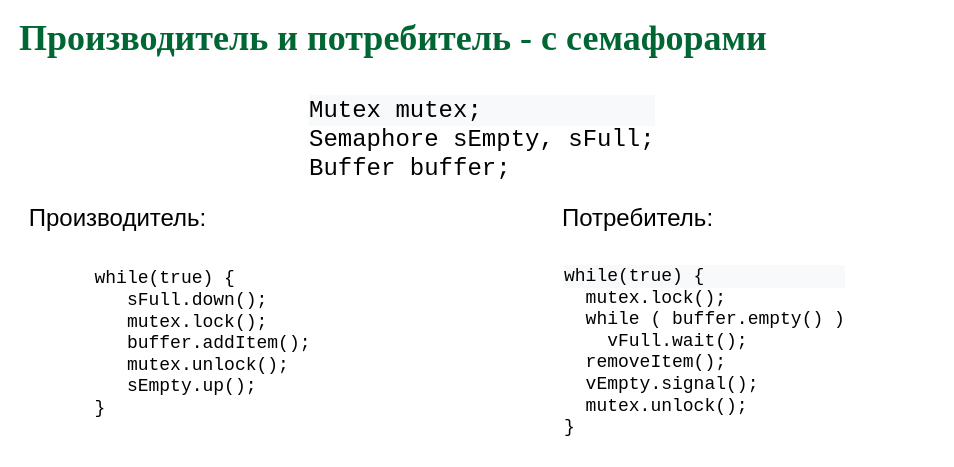
77maxikov/os_course keeps this draw.io diagram as page "Sema - use" (13 of 13) of slides/sync.drawio. Above is the earlier version. Source tidied: cells renumbered, new cells numbered last; positions are measured from the earlier drawing's top-left corner, leaving out a move shared by most shapes. Both pictures are drawn from the tidied source at 100%, with x=0, y=0 at pixel (17, 28).
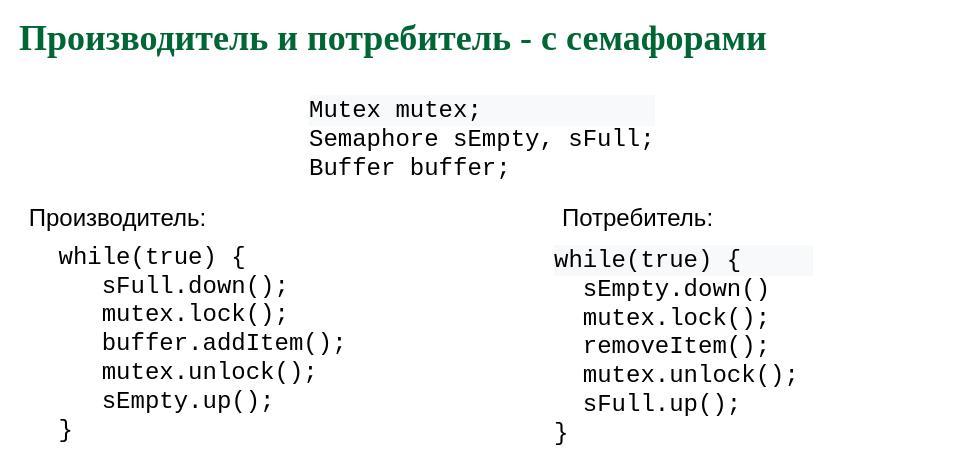
The same diagram, later.

Change to the diagram source:
```diff
@@
 <mxGraphModel>
   <root>
     <mxCell id="0" />
     <mxCell id="1" parent="0" />
     <mxCell id="2" value="&lt;b style=&quot;color: rgb(0 , 102 , 51) ; font-family: &amp;#34;garamond&amp;#34; ; font-size: 36px&quot;&gt;Производитель и потребитель - с семафорами&lt;/b&gt;" style="text;html=1;align=left;verticalAlign=middle;whiteSpace=wrap;rounded=0;" parent="1" vertex="1">
       <mxGeometry width="920" height="20" as="geometry" />
     </mxCell>
-    <mxCell id="3" value="&lt;div style=&quot;text-align: left ; font-size: 18px&quot;&gt;&lt;span style=&quot;font-family: &amp;#34;courier new&amp;#34;&quot;&gt;while(true) {&lt;/span&gt;&lt;span style=&quot;font-family: &amp;#34;courier new&amp;#34;&quot;&gt;&amp;nbsp;&amp;nbsp;&lt;/span&gt;&lt;/div&gt;&lt;font face=&quot;Courier New&quot;&gt;&lt;div style=&quot;text-align: left&quot;&gt;&lt;span style=&quot;font-size: 18px&quot;&gt;&amp;nbsp; &amp;nbsp;sFull.down();&lt;/span&gt;&lt;span style=&quot;font-size: 18px&quot;&gt;&amp;nbsp;&amp;nbsp;&lt;/span&gt;&lt;br&gt;&lt;/div&gt;&lt;/font&gt;&lt;span style=&quot;font-family: &amp;#34;courier new&amp;#34; ; font-size: 18px&quot;&gt;&lt;div style=&quot;text-align: left&quot;&gt;&lt;span&gt;&amp;nbsp; &amp;nbsp;mutex.lock();&lt;/span&gt;&lt;/div&gt;&lt;/span&gt;&lt;font face=&quot;Courier New&quot;&gt;&lt;div style=&quot;text-align: left&quot;&gt;&lt;span style=&quot;font-size: 18px&quot;&gt;&amp;nbsp; &amp;nbsp;buffer.addItem();&lt;/span&gt;&lt;/div&gt;&lt;div style=&quot;text-align: left&quot;&gt;&lt;span style=&quot;font-size: 18px&quot;&gt;&amp;nbsp; &amp;nbsp;mutex.unlock();&amp;nbsp;&lt;/span&gt;&lt;br&gt;&lt;/div&gt;&lt;div style=&quot;text-align: left&quot;&gt;&lt;span style=&quot;font-size: 18px&quot;&gt;&amp;nbsp; &amp;nbsp;sEmpty.up();&lt;/span&gt;&lt;span style=&quot;font-size: 18px&quot;&gt;&lt;br&gt;&lt;/span&gt;&lt;/div&gt;&lt;div style=&quot;text-align: left&quot;&gt;&lt;span style=&quot;font-size: 18px&quot;&gt;}&lt;/span&gt;&lt;br&gt;&lt;/div&gt;&lt;/font&gt;" style="text;html=1;align=center;verticalAlign=middle;" parent="1" vertex="1">
-      <mxGeometry x="70" y="260" width="230" height="110" as="geometry" />
+    <mxCell id="3" value="&lt;div style=&quot;text-align: left ; font-size: 24px&quot;&gt;&lt;font style=&quot;font-size: 24px&quot;&gt;&lt;span style=&quot;font-family: &amp;#34;courier new&amp;#34;&quot;&gt;while(true) {&lt;/span&gt;&lt;span style=&quot;font-family: &amp;#34;courier new&amp;#34;&quot;&gt;&amp;nbsp;&amp;nbsp;&lt;/span&gt;&lt;/font&gt;&lt;/div&gt;&lt;font style=&quot;font-size: 24px&quot;&gt;&lt;font face=&quot;Courier New&quot; style=&quot;font-size: 24px&quot;&gt;&lt;div style=&quot;text-align: left&quot;&gt;&amp;nbsp; &amp;nbsp;sFull.down();&amp;nbsp;&amp;nbsp;&lt;br&gt;&lt;/div&gt;&lt;/font&gt;&lt;span style=&quot;font-family: &amp;#34;courier new&amp;#34;&quot;&gt;&lt;div style=&quot;text-align: left&quot;&gt;&lt;span&gt;&amp;nbsp; &amp;nbsp;mutex.lock();&lt;/span&gt;&lt;/div&gt;&lt;/span&gt;&lt;/font&gt;&lt;font face=&quot;Courier New&quot; style=&quot;font-size: 24px&quot;&gt;&lt;div style=&quot;text-align: left&quot;&gt;&lt;font style=&quot;font-size: 24px&quot;&gt;&amp;nbsp; &amp;nbsp;buffer.addItem();&lt;/font&gt;&lt;/div&gt;&lt;div style=&quot;text-align: left&quot;&gt;&lt;font style=&quot;font-size: 24px&quot;&gt;&amp;nbsp; &amp;nbsp;mutex.unlock();&amp;nbsp;&lt;br&gt;&lt;/font&gt;&lt;/div&gt;&lt;div style=&quot;text-align: left&quot;&gt;&lt;font style=&quot;font-size: 24px&quot;&gt;&amp;nbsp; &amp;nbsp;sEmpty.up();&lt;/font&gt;&lt;span&gt;&amp;nbsp; &amp;nbsp;&lt;/span&gt;&lt;/div&gt;&lt;div style=&quot;text-align: left&quot;&gt;&lt;font style=&quot;font-size: 24px&quot;&gt;}&lt;/font&gt;&lt;br&gt;&lt;/div&gt;&lt;/font&gt;" style="text;html=1;align=center;verticalAlign=middle;" parent="1" vertex="1">
+      <mxGeometry x="35" y="260" width="300" height="110" as="geometry" />
     </mxCell>
     <mxCell id="4" value="&lt;div style=&quot;color: rgb(0 , 0 , 0) ; font-family: &amp;#34;helvetica&amp;#34; ; font-style: normal ; font-weight: 400 ; letter-spacing: normal ; text-indent: 0px ; text-transform: none ; word-spacing: 0px ; background-color: rgb(248 , 249 , 250) ; text-align: left ; font-size: 24px&quot;&gt;&lt;font face=&quot;Courier New&quot; style=&quot;font-size: 24px&quot;&gt;Mutex mutex;&lt;/font&gt;&lt;/div&gt;&lt;font face=&quot;Courier New&quot; style=&quot;color: rgb(0 , 0 , 0) ; font-style: normal ; font-weight: 400 ; letter-spacing: normal ; text-align: center ; text-indent: 0px ; text-transform: none ; word-spacing: 0px ; background-color: rgb(248 , 249 , 250) ; font-size: 24px&quot;&gt;&lt;div style=&quot;text-align: left&quot;&gt;&lt;font style=&quot;font-size: 24px&quot;&gt;Semaphore sEmpty, sFull;&lt;/font&gt;&lt;/div&gt;&lt;div style=&quot;text-align: left&quot;&gt;&lt;font style=&quot;font-size: 24px&quot;&gt;Buffer buffer;&lt;/font&gt;&lt;/div&gt;&lt;div style=&quot;text-align: left&quot;&gt;&lt;br&gt;&lt;/div&gt;&lt;/font&gt;" style="text;whiteSpace=wrap;html=1;" parent="1" vertex="1">
       <mxGeometry x="290" y="60" width="350" height="60" as="geometry" />
     </mxCell>
     <mxCell id="5" value="&lt;font style=&quot;font-size: 24px&quot;&gt;Производитель:&lt;/font&gt;" style="text;html=1;align=center;verticalAlign=middle;" parent="1" vertex="1">
       <mxGeometry x="5" y="180" width="190" height="20" as="geometry" />
     </mxCell>
     <mxCell id="6" value="&lt;font style=&quot;font-size: 24px&quot;&gt;Потребитель:&lt;/font&gt;" style="text;html=1;align=center;verticalAlign=middle;" parent="1" vertex="1">
       <mxGeometry x="535" y="180" width="170" height="20" as="geometry" />
     </mxCell>
-    <mxCell id="7" value="&lt;div style=&quot;color: rgb(0, 0, 0); font-style: normal; font-weight: 400; letter-spacing: normal; text-align: left; text-indent: 0px; text-transform: none; word-spacing: 0px; font-family: helvetica; background-color: rgb(248, 249, 250); font-size: 18px;&quot;&gt;&lt;span style=&quot;font-family: &amp;quot;courier new&amp;quot;&quot;&gt;while(true) {&lt;/span&gt;&lt;br&gt;&lt;/div&gt;&lt;font face=&quot;Courier New&quot; style=&quot;color: rgb(0, 0, 0); font-size: 12px; font-style: normal; font-weight: 400; letter-spacing: normal; text-indent: 0px; text-transform: none; word-spacing: 0px; text-align: center; background-color: rgb(248, 249, 250);&quot;&gt;&lt;div style=&quot;text-align: left&quot;&gt;&lt;span style=&quot;font-size: 18px&quot;&gt;&amp;nbsp; mutex.lock();&lt;/span&gt;&lt;/div&gt;&lt;div style=&quot;text-align: left&quot;&gt;&lt;span style=&quot;font-size: 18px&quot;&gt;&amp;nbsp; while ( buffer.empty() )&lt;/span&gt;&lt;/div&gt;&lt;div style=&quot;text-align: left&quot;&gt;&lt;span style=&quot;font-size: 18px&quot;&gt;&amp;nbsp; &amp;nbsp; vFull.wait();&lt;/span&gt;&lt;/div&gt;&lt;div style=&quot;text-align: left&quot;&gt;&lt;span style=&quot;font-size: 18px&quot;&gt;&amp;nbsp; removeItem();&lt;/span&gt;&lt;/div&gt;&lt;div style=&quot;text-align: left&quot;&gt;&lt;span style=&quot;font-size: 18px&quot;&gt;&amp;nbsp; vEmpty.signal();&lt;/span&gt;&lt;/div&gt;&lt;div style=&quot;text-align: left&quot;&gt;&lt;span style=&quot;font-size: 18px&quot;&gt;&amp;nbsp; mutex.unlock();&amp;nbsp;&lt;/span&gt;&lt;/div&gt;&lt;div style=&quot;text-align: left&quot;&gt;&lt;span style=&quot;font-size: 18px&quot;&gt;}&lt;/span&gt;&lt;/div&gt;&lt;/font&gt;" style="text;whiteSpace=wrap;html=1;" parent="1" vertex="1">
-      <mxGeometry x="545" y="230" width="310" height="140" as="geometry" />
+    <mxCell id="7" value="&lt;div style=&quot;color: rgb(0 , 0 , 0) ; font-style: normal ; font-weight: 400 ; letter-spacing: normal ; text-align: left ; text-indent: 0px ; text-transform: none ; word-spacing: 0px ; font-family: &amp;#34;helvetica&amp;#34; ; background-color: rgb(248 , 249 , 250) ; font-size: 24px&quot;&gt;&lt;font style=&quot;font-size: 24px&quot;&gt;&lt;span style=&quot;font-family: &amp;#34;courier new&amp;#34;&quot;&gt;while(true) {&lt;/span&gt;&lt;br&gt;&lt;/font&gt;&lt;/div&gt;&lt;font face=&quot;Courier New&quot; style=&quot;color: rgb(0 , 0 , 0) ; font-style: normal ; font-weight: 400 ; letter-spacing: normal ; text-indent: 0px ; text-transform: none ; word-spacing: 0px ; text-align: center ; background-color: rgb(248 , 249 , 250) ; font-size: 24px&quot;&gt;&lt;div style=&quot;text-align: left&quot;&gt;&amp;nbsp; sEmpty.down()&lt;/div&gt;&lt;div style=&quot;text-align: left&quot;&gt;&amp;nbsp; mutex.lock();&lt;/div&gt;&lt;div style=&quot;text-align: left&quot;&gt;&amp;nbsp; removeItem();&amp;nbsp;&amp;nbsp;&lt;/div&gt;&lt;div style=&quot;text-align: left&quot;&gt;&amp;nbsp; mutex.unlock();&amp;nbsp;&lt;/div&gt;&lt;div style=&quot;text-align: left&quot;&gt;&amp;nbsp; sFull.up();&lt;br&gt;&lt;/div&gt;&lt;div style=&quot;text-align: left&quot;&gt;}&lt;/div&gt;&lt;/font&gt;" style="text;whiteSpace=wrap;html=1;" parent="1" vertex="1">
+      <mxGeometry x="535" y="210" width="310" height="140" as="geometry" />
     </mxCell>
   </root>
 </mxGraphModel>
```
